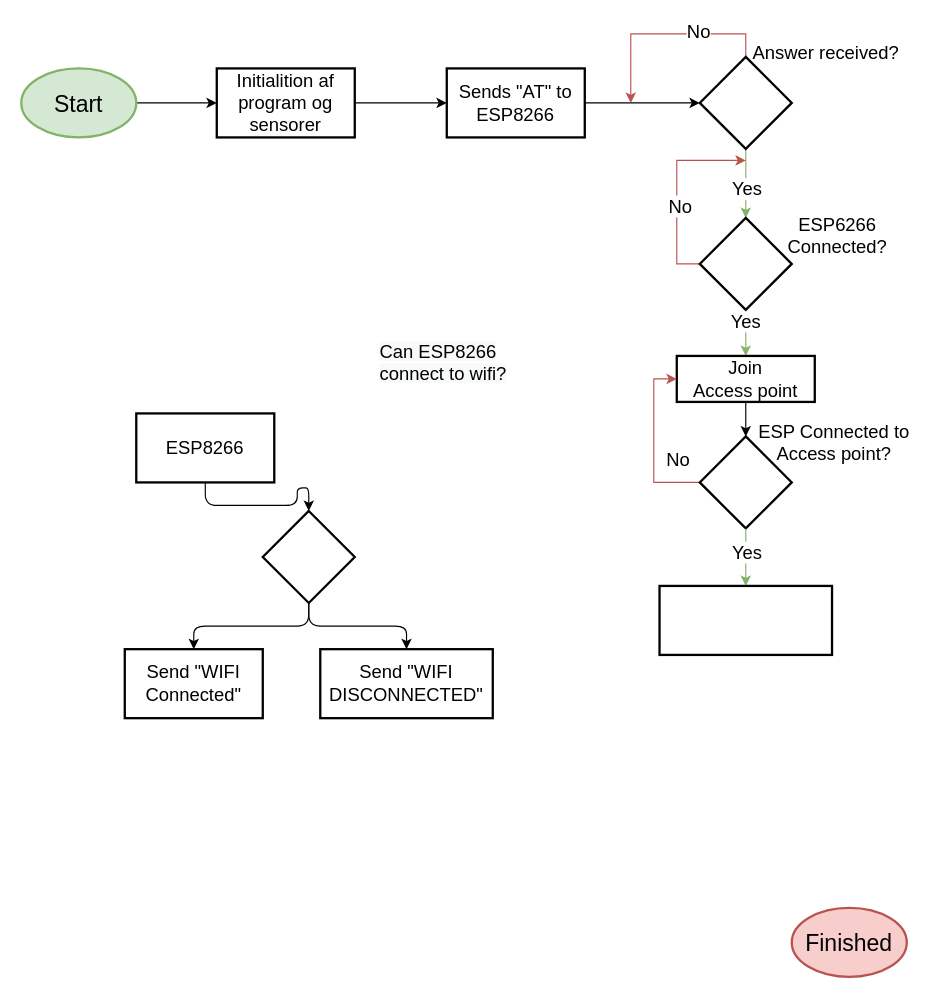
Earlier version of the draw.io diagram ESP8266/flowcharts/ESP8266 and DHT11.drawio (AMDAOFF/embedded3). Source tidied: cells renumbered, new cells numbered last; positions are measured from the earlier drawing's top-left corner, leaving out a move shared by most shapes. Both pictures are drawn from the tidied source at 115%, with x=0, y=0 at pixel (21, 33).
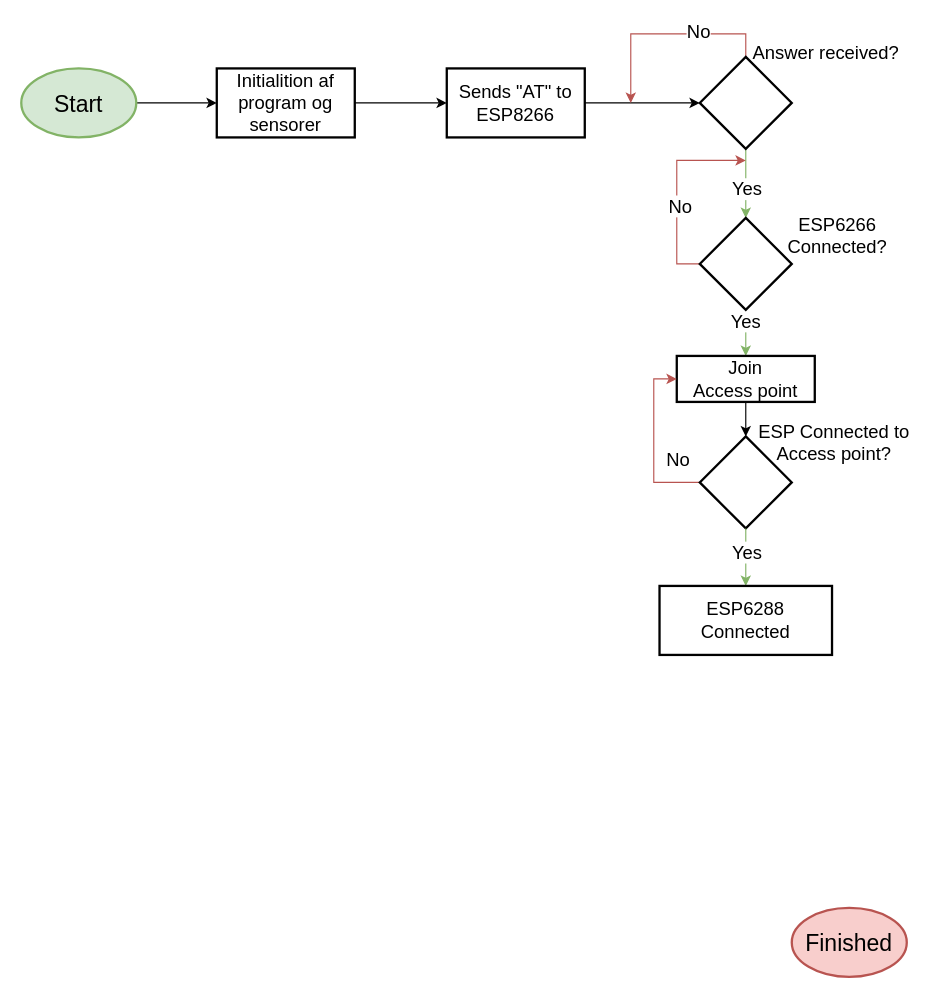
Above is the later version.

What changed in the source:
```diff
@@
-    <mxCell id="6" style="edgeStyle=orthogonalEdgeStyle;jettySize=auto;html=1;fontSize=16;" parent="1" edge="1" source="7" target="10">
-      <mxGeometry relative="1" as="geometry" />
-    </mxCell>
-    <mxCell id="7" value="ESP8266" style="whiteSpace=wrap;html=1;fontSize=16;strokeWidth=2;" parent="1" vertex="1">
-      <mxGeometry x="100" y="330" width="120" height="60" as="geometry" />
-    </mxCell>
-    <mxCell id="8" style="edgeStyle=orthogonalEdgeStyle;jettySize=auto;html=1;fontSize=16;" parent="1" edge="1" source="10" target="12">
-      <mxGeometry relative="1" as="geometry" />
-    </mxCell>
-    <mxCell id="9" style="edgeStyle=orthogonalEdgeStyle;jettySize=auto;html=1;fontSize=16;" parent="1" edge="1" source="10" target="13">
-      <mxGeometry relative="1" as="geometry" />
-    </mxCell>
-    <mxCell id="10" style="rhombus;whiteSpace=wrap;html=1;fontSize=16;strokeWidth=2;" parent="1" vertex="1">
-      <mxGeometry x="210" y="414.8" width="80" height="80" as="geometry" />
-    </mxCell>
-    <mxCell id="11" value="&lt;span style=&quot;color: rgb(0 , 0 , 0) ; font-family: &amp;#34;helvetica&amp;#34; ; font-size: 16px ; font-style: normal ; font-weight: 400 ; letter-spacing: normal ; text-align: center ; text-indent: 0px ; text-transform: none ; word-spacing: 0px ; background-color: rgb(248 , 249 , 250) ; display: inline ; float: none&quot;&gt;Can ESP8266&lt;br&gt;connect to wifi?&lt;/span&gt;" style="text;whiteSpace=wrap;html=1;fontSize=16;" parent="1" vertex="1">
-      <mxGeometry x="310" y="260" width="120" height="50" as="geometry" />
-    </mxCell>
-    <mxCell id="12" value="Send &quot;WIFI Connected&quot;" style="whiteSpace=wrap;html=1;fontSize=16;strokeWidth=2;" parent="1" vertex="1">
-      <mxGeometry x="90" y="535" width="120" height="60" as="geometry" />
-    </mxCell>
-    <mxCell id="13" value="Send &quot;WIFI DISCONNECTED&quot;" style="whiteSpace=wrap;html=1;fontSize=16;strokeWidth=2;" parent="1" vertex="1">
-      <mxGeometry x="260" y="535" width="150" height="60" as="geometry" />
-    </mxCell>
@@
-    <mxCell id="37" style="whiteSpace=wrap;html=1;fontSize=16;strokeWidth=2;" parent="1" vertex="1">
+    <mxCell id="37" value="ESP6288 Connected" style="whiteSpace=wrap;html=1;fontSize=16;strokeWidth=2;" parent="1" vertex="1">
       <mxGeometry x="555" y="480" width="150" height="60" as="geometry" />
     </mxCell>
```
